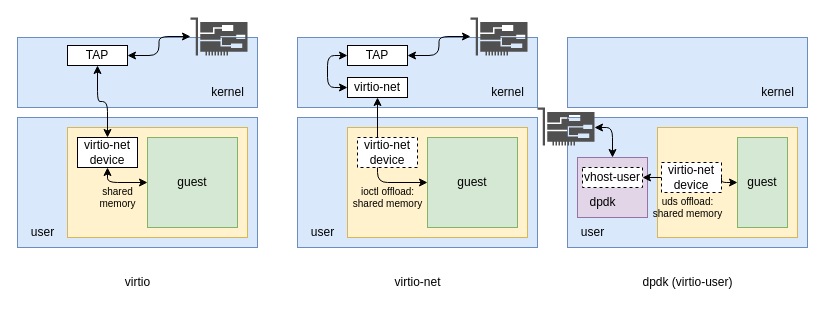
The draw.io diagram page "第 3 页" (3 of 3) of what-is-dpdk.drawio in justxuewei/draw.io, before the edit. Source tidied: cells renumbered, new cells numbered last; positions are measured from the earlier drawing's top-left corner, leaving out a move shared by most shapes. Both pictures are drawn from the tidied source at 100%, with x=0, y=0 at pixel (17, 17).
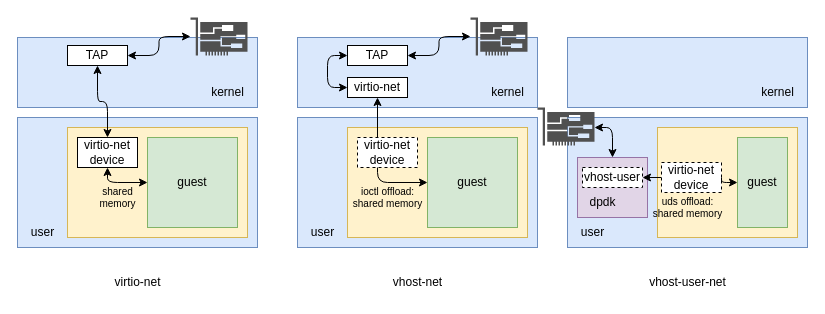
The same page after the edit.

The edit, as a diff of the source:
```diff
@@
-    <mxCell id="40" value="virtio" style="text;html=1;align=center;verticalAlign=middle;strokeColor=none;fillColor=none;fontSize=12;" parent="1" vertex="1">
-      <mxGeometry x="95" y="250" width="50" height="30" as="geometry" />
+    <mxCell id="40" value="virtio-net" style="text;html=1;align=center;verticalAlign=middle;strokeColor=none;fillColor=none;fontSize=12;" parent="1" vertex="1">
+      <mxGeometry x="85" y="250" width="70" height="30" as="geometry" />
     </mxCell>
-    <mxCell id="41" value="virtio-net" style="text;html=1;align=center;verticalAlign=middle;strokeColor=none;fillColor=none;fontSize=12;" parent="1" vertex="1">
+    <mxCell id="41" value="vhost-net" style="text;html=1;align=center;verticalAlign=middle;strokeColor=none;fillColor=none;fontSize=12;" parent="1" vertex="1">
       <mxGeometry x="365" y="250" width="70" height="30" as="geometry" />
     </mxCell>
-    <mxCell id="42" value="dpdk (virtio-user)" style="text;html=1;align=center;verticalAlign=middle;strokeColor=none;fillColor=none;fontSize=12;" parent="1" vertex="1">
-      <mxGeometry x="615" y="250" width="110" height="30" as="geometry" />
+    <mxCell id="42" value="vhost-user-net" style="text;html=1;align=center;verticalAlign=middle;strokeColor=none;fillColor=none;fontSize=12;" parent="1" vertex="1">
+      <mxGeometry x="620" y="250" width="100" height="30" as="geometry" />
     </mxCell>
```
